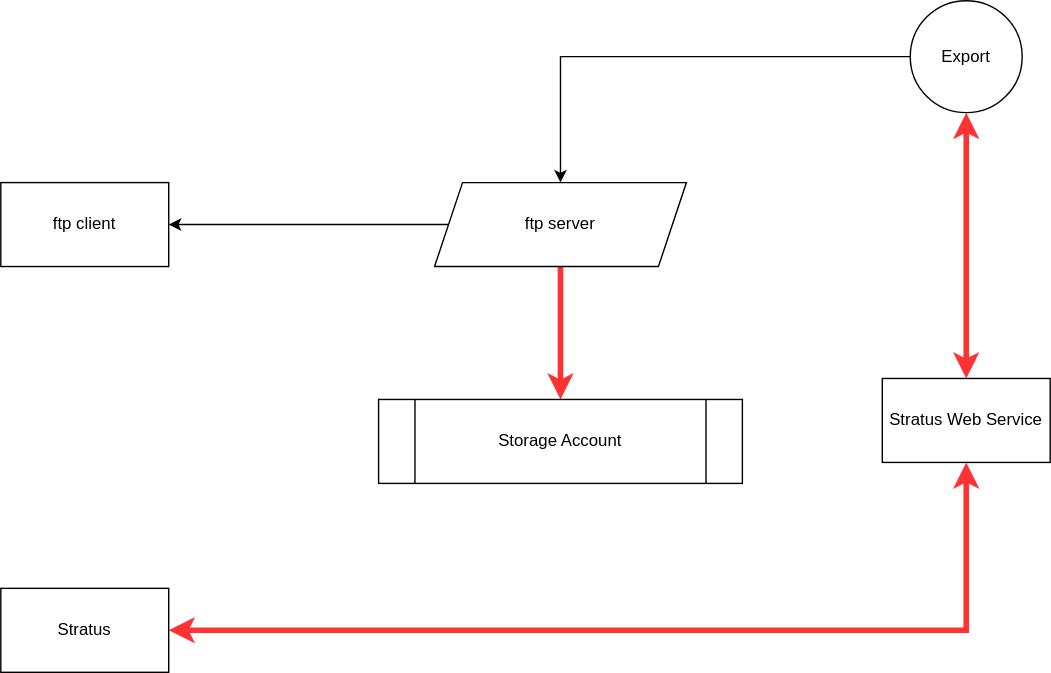
Before: ftp-inc237.svg, a diagram exported from draw.io (vjavle/invoicecloud). Source tidied: cells renumbered, new cells last; positions are measured from the earlier drawing's top-left corner, leaving out a move shared by most shapes. The source it was exported from:
```xml
<mxGraphModel>
  <root>
    <mxCell id="0" />
    <mxCell id="1" parent="0" />
    <mxCell id="2" style="edgeStyle=orthogonalEdgeStyle;rounded=0;jettySize=auto;html=1;strokeColor=#FF3333;strokeWidth=4;" parent="1" edge="1" source="4" target="5">
      <mxGeometry relative="1" as="geometry" />
    </mxCell>
    <mxCell id="3" style="edgeStyle=orthogonalEdgeStyle;rounded=0;jettySize=auto;html=1;" parent="1" edge="1" source="4" target="8">
      <mxGeometry relative="1" as="geometry" />
    </mxCell>
    <mxCell id="4" value="ftp server" style="shape=parallelogram;perimeter=parallelogramPerimeter;whiteSpace=wrap;html=1;fixedSize=1;" parent="1" vertex="1">
      <mxGeometry x="310" y="130" width="180" height="60" as="geometry" />
    </mxCell>
    <mxCell id="5" value="Storage Account" style="shape=process;whiteSpace=wrap;html=1;backgroundOutline=1;" parent="1" vertex="1">
      <mxGeometry x="270" y="285" width="260" height="60" as="geometry" />
    </mxCell>
    <mxCell id="6" style="edgeStyle=orthogonalEdgeStyle;rounded=0;jettySize=auto;html=1;" parent="1" edge="1" source="7" target="4">
      <mxGeometry relative="1" as="geometry" />
    </mxCell>
    <mxCell id="7" value="Export" style="ellipse;whiteSpace=wrap;html=1;" parent="1" vertex="1">
      <mxGeometry x="650" width="80" height="80" as="geometry" />
    </mxCell>
    <mxCell id="8" value="ftp client" style="rounded=0;whiteSpace=wrap;html=1;" parent="1" vertex="1">
      <mxGeometry y="130" width="120" height="60" as="geometry" />
    </mxCell>
    <mxCell id="9" style="edgeStyle=orthogonalEdgeStyle;rounded=0;jettySize=auto;html=1;entryX=0.5;entryY=1;entryDx=0;entryDy=0;strokeColor=#FF3333;strokeWidth=4;startArrow=classic;startFill=1;" parent="1" edge="1" source="10" target="12">
      <mxGeometry relative="1" as="geometry" />
    </mxCell>
    <mxCell id="10" value="Stratus" style="rounded=0;whiteSpace=wrap;html=1;" parent="1" vertex="1">
      <mxGeometry y="420" width="120" height="60" as="geometry" />
    </mxCell>
    <mxCell id="11" style="edgeStyle=orthogonalEdgeStyle;rounded=0;jettySize=auto;html=1;strokeColor=#FF3333;strokeWidth=4;startArrow=classic;startFill=1;" parent="1" edge="1" source="12" target="7">
      <mxGeometry relative="1" as="geometry" />
    </mxCell>
    <mxCell id="12" value="Stratus Web Service" style="rounded=0;whiteSpace=wrap;html=1;" parent="1" vertex="1">
      <mxGeometry x="630" y="270" width="120" height="60" as="geometry" />
    </mxCell>
  </root>
</mxGraphModel>
```
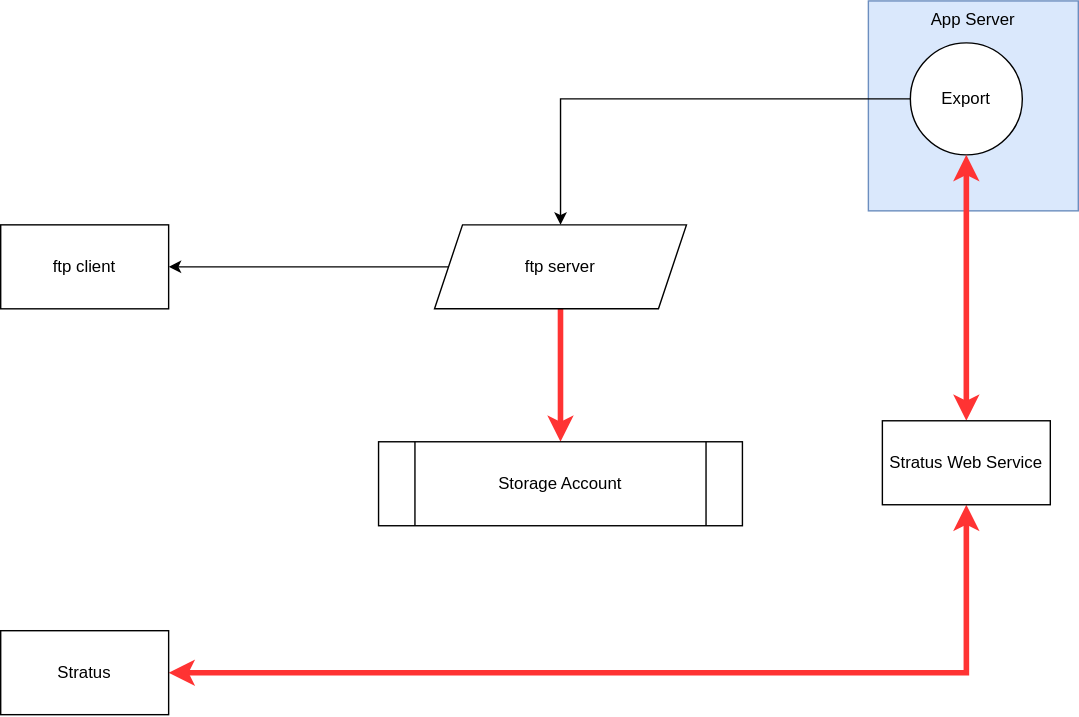
The same file after the commit.

Diff of the diagram source:
```diff
@@ -2,6 +2,9 @@
   <root>
     <mxCell id="0" />
     <mxCell id="1" parent="0" />
+    <mxCell id="13" value="App Server" style="rounded=0;whiteSpace=wrap;html=1;fillColor=#dae8fc;strokeColor=#6c8ebf;verticalAlign=top;" parent="1" vertex="1">
+      <mxGeometry x="620" y="-30" width="150" height="150" as="geometry" />
+    </mxCell>
     <mxCell id="2" style="edgeStyle=orthogonalEdgeStyle;rounded=0;jettySize=auto;html=1;strokeColor=#FF3333;strokeWidth=4;" parent="1" edge="1" source="4" target="5">
       <mxGeometry relative="1" as="geometry" />
     </mxCell>
```
